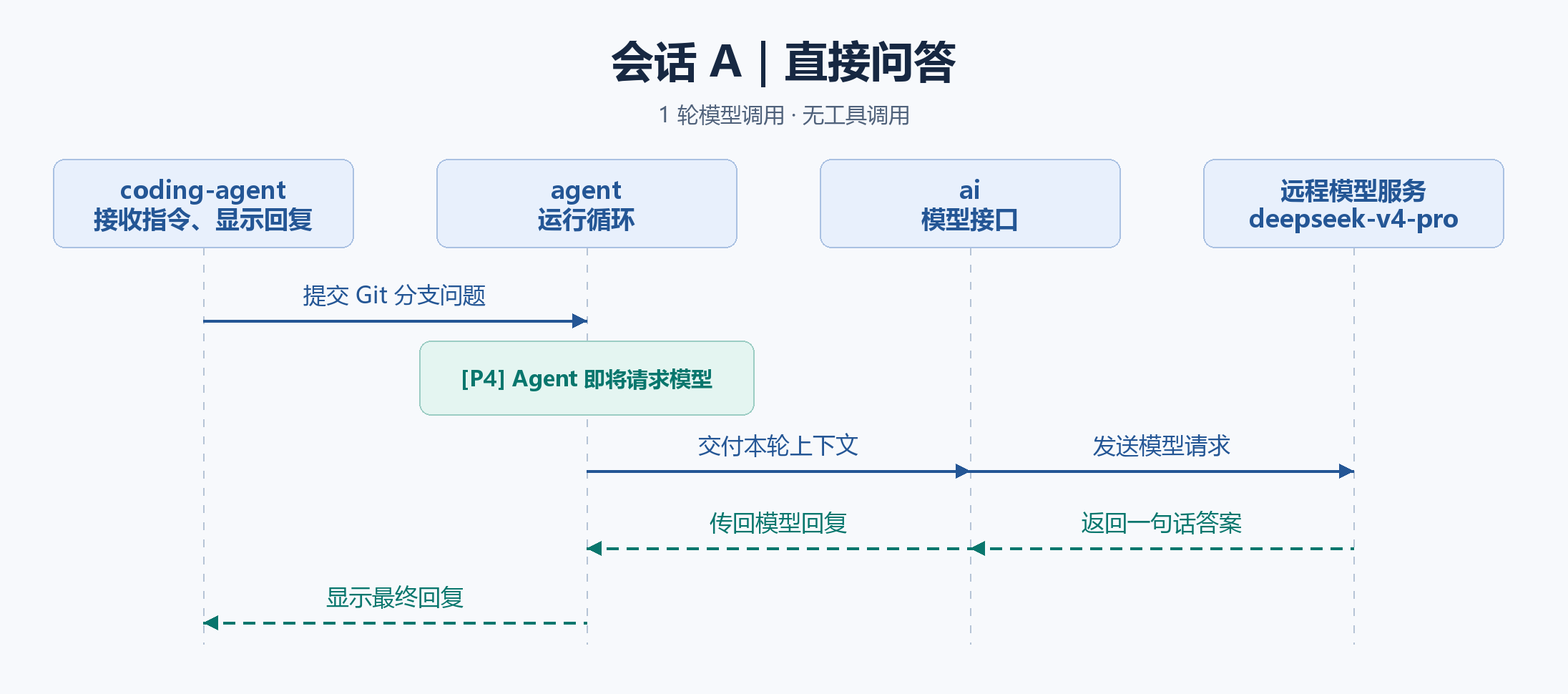
The draw.io diagram images/session-a.png in dx0110/04-Pi-Agent-run, before a commit. Source tidied: cells renumbered, new cells last; positions are measured from the earlier drawing's top-left corner, leaving out a move shared by most shapes. The source it was exported from:
```xml
<mxGraphModel background="#F7F9FC">
  <root>
    <mxCell id="0" />
    <mxCell id="1" parent="0" />
    <mxCell id="2" value="会话 A｜直接问答" style="fontFamily=Microsoft YaHei;fontSize=30;fontColor=#172842;fontStyle=1;whiteSpace=wrap;html=0;align=center;verticalAlign=middle;fillColor=none;strokeColor=none;rounded=0;arcSize=16;" parent="1" vertex="1">
      <mxGeometry width="1096" height="43" as="geometry" />
    </mxCell>
    <mxCell id="3" value="1 轮模型调用 · 无工具调用" style="fontFamily=Microsoft YaHei;fontSize=15;fontColor=#50627B;fontStyle=0;whiteSpace=wrap;html=0;align=center;verticalAlign=middle;fillColor=none;strokeColor=none;rounded=0;arcSize=16;" parent="1" vertex="1">
      <mxGeometry y="45" width="1096" height="29" as="geometry" />
    </mxCell>
    <mxCell id="4" style="edgeStyle=none;strokeColor=#B6C4D6;strokeWidth=1;endArrow=none;endFill=1;dashed=1;" parent="1" edge="1">
      <mxGeometry relative="1" as="geometry">
        <mxPoint x="142" y="153" as="sourcePoint" />
        <mxPoint x="142" y="430" as="targetPoint" />
      </mxGeometry>
    </mxCell>
    <mxCell id="5" value="coding-agent&#10;接收指令、显示回复" style="fontFamily=Microsoft YaHei;fontSize=17;fontColor=#245695;fontStyle=1;whiteSpace=wrap;html=0;align=center;verticalAlign=middle;fillColor=#E8F0FC;strokeColor=#AAC1E2;rounded=1;arcSize=16;" parent="1" vertex="1">
      <mxGeometry x="37" y="91" width="210" height="62" as="geometry" />
    </mxCell>
    <mxCell id="6" style="edgeStyle=none;strokeColor=#B6C4D6;strokeWidth=1;endArrow=none;endFill=1;dashed=1;" parent="1" edge="1">
      <mxGeometry relative="1" as="geometry">
        <mxPoint x="410" y="153" as="sourcePoint" />
        <mxPoint x="410" y="430" as="targetPoint" />
      </mxGeometry>
    </mxCell>
    <mxCell id="7" value="agent&#10;运行循环" style="fontFamily=Microsoft YaHei;fontSize=17;fontColor=#245695;fontStyle=1;whiteSpace=wrap;html=0;align=center;verticalAlign=middle;fillColor=#E8F0FC;strokeColor=#AAC1E2;rounded=1;arcSize=16;" parent="1" vertex="1">
      <mxGeometry x="305" y="91" width="210" height="62" as="geometry" />
    </mxCell>
    <mxCell id="8" style="edgeStyle=none;strokeColor=#B6C4D6;strokeWidth=1;endArrow=none;endFill=1;dashed=1;" parent="1" edge="1">
      <mxGeometry relative="1" as="geometry">
        <mxPoint x="678" y="153" as="sourcePoint" />
        <mxPoint x="678" y="430" as="targetPoint" />
      </mxGeometry>
    </mxCell>
    <mxCell id="9" value="ai&#10;模型接口" style="fontFamily=Microsoft YaHei;fontSize=17;fontColor=#245695;fontStyle=1;whiteSpace=wrap;html=0;align=center;verticalAlign=middle;fillColor=#E8F0FC;strokeColor=#AAC1E2;rounded=1;arcSize=16;" parent="1" vertex="1">
      <mxGeometry x="573" y="91" width="210" height="62" as="geometry" />
    </mxCell>
    <mxCell id="10" style="edgeStyle=none;strokeColor=#B6C4D6;strokeWidth=1;endArrow=none;endFill=1;dashed=1;" parent="1" edge="1">
      <mxGeometry relative="1" as="geometry">
        <mxPoint x="946" y="153" as="sourcePoint" />
        <mxPoint x="946" y="430" as="targetPoint" />
      </mxGeometry>
    </mxCell>
    <mxCell id="11" value="远程模型服务&#10;deepseek-v4-pro" style="fontFamily=Microsoft YaHei;fontSize=17;fontColor=#245695;fontStyle=1;whiteSpace=wrap;html=0;align=center;verticalAlign=middle;fillColor=#E8F0FC;strokeColor=#AAC1E2;rounded=1;arcSize=16;" parent="1" vertex="1">
      <mxGeometry x="841" y="91" width="210" height="62" as="geometry" />
    </mxCell>
    <mxCell id="12" style="edgeStyle=none;strokeColor=#245695;strokeWidth=2;endArrow=block;endFill=1;dashed=0;" parent="1" edge="1">
      <mxGeometry relative="1" as="geometry">
        <mxPoint x="142" y="204" as="sourcePoint" />
        <mxPoint x="410" y="204" as="targetPoint" />
      </mxGeometry>
    </mxCell>
    <mxCell id="13" value="提交 Git 分支问题" style="fontFamily=Microsoft YaHei;fontSize=16;fontColor=#245695;fontStyle=0;whiteSpace=wrap;html=0;align=center;verticalAlign=middle;fillColor=none;strokeColor=none;rounded=0;arcSize=16;" parent="1" vertex="1">
      <mxGeometry x="146" y="173" width="260" height="25" as="geometry" />
    </mxCell>
    <mxCell id="14" value="[P4] Agent 即将请求模型" style="fontFamily=Microsoft YaHei;fontSize=15;fontColor=#08766D;fontStyle=1;whiteSpace=wrap;html=0;align=center;verticalAlign=middle;fillColor=#E4F5F1;strokeColor=#9CCDC4;rounded=1;arcSize=16;" parent="1" vertex="1">
      <mxGeometry x="293" y="218" width="234" height="52" as="geometry" />
    </mxCell>
    <mxCell id="15" style="edgeStyle=none;strokeColor=#245695;strokeWidth=2;endArrow=block;endFill=1;dashed=0;" parent="1" edge="1">
      <mxGeometry relative="1" as="geometry">
        <mxPoint x="410" y="309" as="sourcePoint" />
        <mxPoint x="678" y="309" as="targetPoint" />
      </mxGeometry>
    </mxCell>
    <mxCell id="16" value="交付本轮上下文" style="fontFamily=Microsoft YaHei;fontSize=16;fontColor=#245695;fontStyle=0;whiteSpace=wrap;html=0;align=center;verticalAlign=middle;fillColor=none;strokeColor=none;rounded=0;arcSize=16;" parent="1" vertex="1">
      <mxGeometry x="414" y="278" width="260" height="25" as="geometry" />
    </mxCell>
    <mxCell id="17" style="edgeStyle=none;strokeColor=#245695;strokeWidth=2;endArrow=block;endFill=1;dashed=0;" parent="1" edge="1">
      <mxGeometry relative="1" as="geometry">
        <mxPoint x="678" y="309" as="sourcePoint" />
        <mxPoint x="946" y="309" as="targetPoint" />
      </mxGeometry>
    </mxCell>
    <mxCell id="18" value="发送模型请求" style="fontFamily=Microsoft YaHei;fontSize=16;fontColor=#245695;fontStyle=0;whiteSpace=wrap;html=0;align=center;verticalAlign=middle;fillColor=none;strokeColor=none;rounded=0;arcSize=16;" parent="1" vertex="1">
      <mxGeometry x="682" y="278" width="260" height="25" as="geometry" />
    </mxCell>
    <mxCell id="19" style="edgeStyle=none;strokeColor=#08766D;strokeWidth=2;endArrow=block;endFill=1;dashed=1;" parent="1" edge="1">
      <mxGeometry relative="1" as="geometry">
        <mxPoint x="946" y="363" as="sourcePoint" />
        <mxPoint x="678" y="363" as="targetPoint" />
      </mxGeometry>
    </mxCell>
    <mxCell id="20" value="返回一句话答案" style="fontFamily=Microsoft YaHei;fontSize=16;fontColor=#08766D;fontStyle=0;whiteSpace=wrap;html=0;align=center;verticalAlign=middle;fillColor=none;strokeColor=none;rounded=0;arcSize=16;" parent="1" vertex="1">
      <mxGeometry x="682" y="332" width="260" height="25" as="geometry" />
    </mxCell>
    <mxCell id="21" style="edgeStyle=none;strokeColor=#08766D;strokeWidth=2;endArrow=block;endFill=1;dashed=1;" parent="1" edge="1">
      <mxGeometry relative="1" as="geometry">
        <mxPoint x="678" y="363" as="sourcePoint" />
        <mxPoint x="410" y="363" as="targetPoint" />
      </mxGeometry>
    </mxCell>
    <mxCell id="22" value="传回模型回复" style="fontFamily=Microsoft YaHei;fontSize=16;fontColor=#08766D;fontStyle=0;whiteSpace=wrap;html=0;align=center;verticalAlign=middle;fillColor=none;strokeColor=none;rounded=0;arcSize=16;" parent="1" vertex="1">
      <mxGeometry x="414" y="332" width="260" height="25" as="geometry" />
    </mxCell>
    <mxCell id="23" style="edgeStyle=none;strokeColor=#08766D;strokeWidth=2;endArrow=block;endFill=1;dashed=1;" parent="1" edge="1">
      <mxGeometry relative="1" as="geometry">
        <mxPoint x="410" y="415" as="sourcePoint" />
        <mxPoint x="142" y="415" as="targetPoint" />
      </mxGeometry>
    </mxCell>
    <mxCell id="24" value="显示最终回复" style="fontFamily=Microsoft YaHei;fontSize=16;fontColor=#08766D;fontStyle=0;whiteSpace=wrap;html=0;align=center;verticalAlign=middle;fillColor=none;strokeColor=none;rounded=0;arcSize=16;" parent="1" vertex="1">
      <mxGeometry x="146" y="384" width="260" height="25" as="geometry" />
    </mxCell>
  </root>
</mxGraphModel>
```
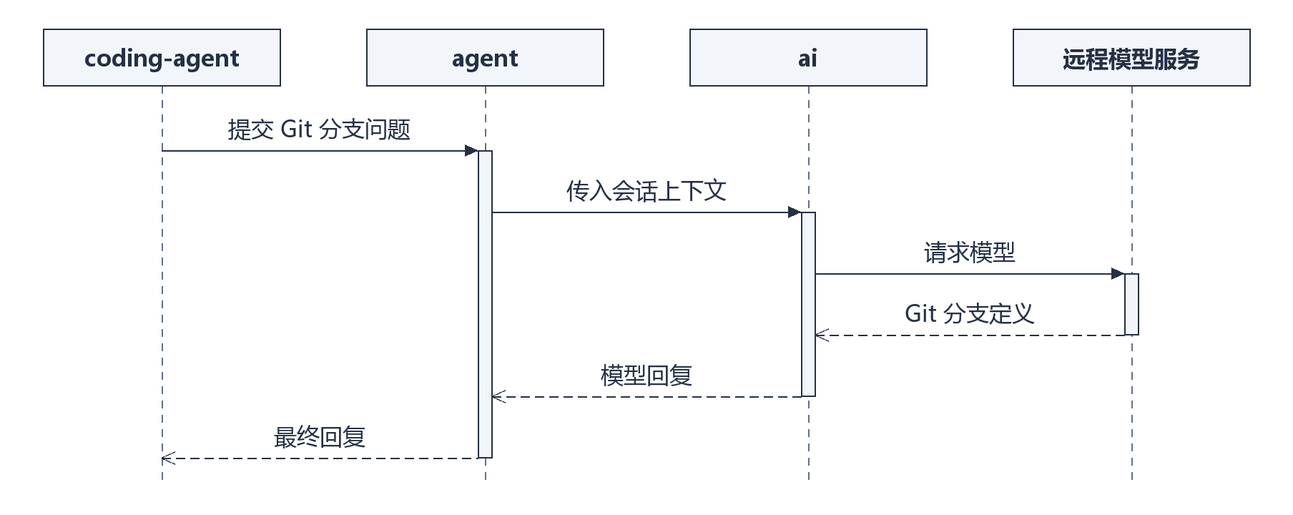
The same file after the commit.

Commit message:
docs: 精简实践课 4 会话时序图

Diff of the diagram source:
```diff
@@ -1,105 +1,105 @@
-<mxGraphModel background="#F7F9FC">
+<mxGraphModel background="#FFFFFF">
   <root>
     <mxCell id="0" />
     <mxCell id="1" parent="0" />
-    <mxCell id="2" value="会话 A｜直接问答" style="fontFamily=Microsoft YaHei;fontSize=30;fontColor=#172842;fontStyle=1;whiteSpace=wrap;html=0;align=center;verticalAlign=middle;fillColor=none;strokeColor=none;rounded=0;arcSize=16;" parent="1" vertex="1">
-      <mxGeometry width="1096" height="43" as="geometry" />
+    <mxCell id="2" style="edgeStyle=none;strokeColor=#627086;endArrow=none;endFill=1;dashed=1;" parent="1" edge="1">
+      <mxGeometry relative="1" as="geometry">
+        <mxPoint x="113" y="40" as="sourcePoint" />
+        <mxPoint x="113" y="320" as="targetPoint" />
+      </mxGeometry>
     </mxCell>
-    <mxCell id="3" value="1 轮模型调用 · 无工具调用" style="fontFamily=Microsoft YaHei;fontSize=15;fontColor=#50627B;fontStyle=0;whiteSpace=wrap;html=0;align=center;verticalAlign=middle;fillColor=none;strokeColor=none;rounded=0;arcSize=16;" parent="1" vertex="1">
-      <mxGeometry y="45" width="1096" height="29" as="geometry" />
+    <mxCell id="3" value="coding-agent" style="shape=rectangle;rounded=0;html=0;align=center;verticalAlign=middle;fontFamily=Microsoft YaHei;fontSize=16;fontStyle=1;fontColor=#243044;fillColor=#F2F5FA;strokeColor=#243044;" parent="1" vertex="1">
+      <mxGeometry x="30" width="166" height="40" as="geometry" />
     </mxCell>
-    <mxCell id="4" style="edgeStyle=none;strokeColor=#B6C4D6;strokeWidth=1;endArrow=none;endFill=1;dashed=1;" parent="1" edge="1">
+    <mxCell id="4" style="edgeStyle=none;strokeColor=#627086;endArrow=none;endFill=1;dashed=1;" parent="1" edge="1">
       <mxGeometry relative="1" as="geometry">
-        <mxPoint x="142" y="153" as="sourcePoint" />
-        <mxPoint x="142" y="430" as="targetPoint" />
+        <mxPoint x="339" y="40" as="sourcePoint" />
+        <mxPoint x="339" y="320" as="targetPoint" />
       </mxGeometry>
     </mxCell>
-    <mxCell id="5" value="coding-agent&#10;接收指令、显示回复" style="fontFamily=Microsoft YaHei;fontSize=17;fontColor=#245695;fontStyle=1;whiteSpace=wrap;html=0;align=center;verticalAlign=middle;fillColor=#E8F0FC;strokeColor=#AAC1E2;rounded=1;arcSize=16;" parent="1" vertex="1">
-      <mxGeometry x="37" y="91" width="210" height="62" as="geometry" />
+    <mxCell id="5" value="agent" style="shape=rectangle;rounded=0;html=0;align=center;verticalAlign=middle;fontFamily=Microsoft YaHei;fontSize=16;fontStyle=1;fontColor=#243044;fillColor=#F2F5FA;strokeColor=#243044;" parent="1" vertex="1">
+      <mxGeometry x="256" width="166" height="40" as="geometry" />
     </mxCell>
-    <mxCell id="6" style="edgeStyle=none;strokeColor=#B6C4D6;strokeWidth=1;endArrow=none;endFill=1;dashed=1;" parent="1" edge="1">
+    <mxCell id="6" style="edgeStyle=none;strokeColor=#627086;endArrow=none;endFill=1;dashed=1;" parent="1" edge="1">
       <mxGeometry relative="1" as="geometry">
-        <mxPoint x="410" y="153" as="sourcePoint" />
-        <mxPoint x="410" y="430" as="targetPoint" />
+        <mxPoint x="565" y="40" as="sourcePoint" />
+        <mxPoint x="565" y="320" as="targetPoint" />
       </mxGeometry>
     </mxCell>
-    <mxCell id="7" value="agent&#10;运行循环" style="fontFamily=Microsoft YaHei;fontSize=17;fontColor=#245695;fontStyle=1;whiteSpace=wrap;html=0;align=center;verticalAlign=middle;fillColor=#E8F0FC;strokeColor=#AAC1E2;rounded=1;arcSize=16;" parent="1" vertex="1">
-      <mxGeometry x="305" y="91" width="210" height="62" as="geometry" />
+    <mxCell id="7" value="ai" style="shape=rectangle;rounded=0;html=0;align=center;verticalAlign=middle;fontFamily=Microsoft YaHei;fontSize=16;fontStyle=1;fontColor=#243044;fillColor=#F2F5FA;strokeColor=#243044;" parent="1" vertex="1">
+      <mxGeometry x="482" width="166" height="40" as="geometry" />
     </mxCell>
-    <mxCell id="8" style="edgeStyle=none;strokeColor=#B6C4D6;strokeWidth=1;endArrow=none;endFill=1;dashed=1;" parent="1" edge="1">
+    <mxCell id="8" style="edgeStyle=none;strokeColor=#627086;endArrow=none;endFill=1;dashed=1;" parent="1" edge="1">
       <mxGeometry relative="1" as="geometry">
-        <mxPoint x="678" y="153" as="sourcePoint" />
-        <mxPoint x="678" y="430" as="targetPoint" />
+        <mxPoint x="791" y="40" as="sourcePoint" />
+        <mxPoint x="791" y="320" as="targetPoint" />
       </mxGeometry>
     </mxCell>
-    <mxCell id="9" value="ai&#10;模型接口" style="fontFamily=Microsoft YaHei;fontSize=17;fontColor=#245695;fontStyle=1;whiteSpace=wrap;html=0;align=center;verticalAlign=middle;fillColor=#E8F0FC;strokeColor=#AAC1E2;rounded=1;arcSize=16;" parent="1" vertex="1">
-      <mxGeometry x="573" y="91" width="210" height="62" as="geometry" />
+    <mxCell id="9" value="远程模型服务" style="shape=rectangle;rounded=0;html=0;align=center;verticalAlign=middle;fontFamily=Microsoft YaHei;fontSize=16;fontStyle=1;fontColor=#243044;fillColor=#F2F5FA;strokeColor=#243044;" parent="1" vertex="1">
+      <mxGeometry x="708" width="166" height="40" as="geometry" />
     </mxCell>
-    <mxCell id="10" style="edgeStyle=none;strokeColor=#B6C4D6;strokeWidth=1;endArrow=none;endFill=1;dashed=1;" parent="1" edge="1">
-      <mxGeometry relative="1" as="geometry">
-        <mxPoint x="946" y="153" as="sourcePoint" />
-        <mxPoint x="946" y="430" as="targetPoint" />
-      </mxGeometry>
+    <mxCell id="10" style="shape=rectangle;rounded=0;html=0;align=center;verticalAlign=middle;fontFamily=Microsoft YaHei;fontSize=16;fontStyle=0;fontColor=#243044;fillColor=#F2F5FA;strokeColor=#243044;" parent="1" vertex="1">
+      <mxGeometry x="334" y="85" width="10" height="215" as="geometry" />
     </mxCell>
-    <mxCell id="11" value="远程模型服务&#10;deepseek-v4-pro" style="fontFamily=Microsoft YaHei;fontSize=17;fontColor=#245695;fontStyle=1;whiteSpace=wrap;html=0;align=center;verticalAlign=middle;fillColor=#E8F0FC;strokeColor=#AAC1E2;rounded=1;arcSize=16;" parent="1" vertex="1">
-      <mxGeometry x="841" y="91" width="210" height="62" as="geometry" />
+    <mxCell id="11" style="shape=rectangle;rounded=0;html=0;align=center;verticalAlign=middle;fontFamily=Microsoft YaHei;fontSize=16;fontStyle=0;fontColor=#243044;fillColor=#F2F5FA;strokeColor=#243044;" parent="1" vertex="1">
+      <mxGeometry x="560" y="128" width="10" height="129" as="geometry" />
     </mxCell>
-    <mxCell id="12" style="edgeStyle=none;strokeColor=#245695;strokeWidth=2;endArrow=block;endFill=1;dashed=0;" parent="1" edge="1">
-      <mxGeometry relative="1" as="geometry">
-        <mxPoint x="142" y="204" as="sourcePoint" />
-        <mxPoint x="410" y="204" as="targetPoint" />
-      </mxGeometry>
+    <mxCell id="12" style="shape=rectangle;rounded=0;html=0;align=center;verticalAlign=middle;fontFamily=Microsoft YaHei;fontSize=16;fontStyle=0;fontColor=#243044;fillColor=#F2F5FA;strokeColor=#243044;" parent="1" vertex="1">
+      <mxGeometry x="786" y="171" width="10" height="43" as="geometry" />
     </mxCell>
-    <mxCell id="13" value="提交 Git 分支问题" style="fontFamily=Microsoft YaHei;fontSize=16;fontColor=#245695;fontStyle=0;whiteSpace=wrap;html=0;align=center;verticalAlign=middle;fillColor=none;strokeColor=none;rounded=0;arcSize=16;" parent="1" vertex="1">
-      <mxGeometry x="146" y="173" width="260" height="25" as="geometry" />
+    <mxCell id="13" style="edgeStyle=none;strokeColor=#243044;endArrow=block;endFill=1;dashed=0;" parent="1" edge="1">
+      <mxGeometry relative="1" as="geometry">
+        <mxPoint x="113" y="85" as="sourcePoint" />
+        <mxPoint x="334" y="85" as="targetPoint" />
+      </mxGeometry>
     </mxCell>
-    <mxCell id="14" value="[P4] Agent 即将请求模型" style="fontFamily=Microsoft YaHei;fontSize=15;fontColor=#08766D;fontStyle=1;whiteSpace=wrap;html=0;align=center;verticalAlign=middle;fillColor=#E4F5F1;strokeColor=#9CCDC4;rounded=1;arcSize=16;" parent="1" vertex="1">
-      <mxGeometry x="293" y="218" width="234" height="52" as="geometry" />
+    <mxCell id="14" value="提交 Git 分支问题" style="shape=rectangle;rounded=0;html=0;align=center;verticalAlign=middle;fontFamily=Microsoft YaHei;fontSize=16;fontStyle=0;fontColor=#243044;fillColor=none;strokeColor=none;" parent="1" vertex="1">
+      <mxGeometry x="117" y="59" width="213" height="21" as="geometry" />
     </mxCell>
-    <mxCell id="15" style="edgeStyle=none;strokeColor=#245695;strokeWidth=2;endArrow=block;endFill=1;dashed=0;" parent="1" edge="1">
+    <mxCell id="15" style="edgeStyle=none;strokeColor=#243044;endArrow=block;endFill=1;dashed=0;" parent="1" edge="1">
       <mxGeometry relative="1" as="geometry">
-        <mxPoint x="410" y="309" as="sourcePoint" />
-        <mxPoint x="678" y="309" as="targetPoint" />
+        <mxPoint x="344" y="128" as="sourcePoint" />
+        <mxPoint x="560" y="128" as="targetPoint" />
       </mxGeometry>
     </mxCell>
-    <mxCell id="16" value="交付本轮上下文" style="fontFamily=Microsoft YaHei;fontSize=16;fontColor=#245695;fontStyle=0;whiteSpace=wrap;html=0;align=center;verticalAlign=middle;fillColor=none;strokeColor=none;rounded=0;arcSize=16;" parent="1" vertex="1">
-      <mxGeometry x="414" y="278" width="260" height="25" as="geometry" />
+    <mxCell id="16" value="传入会话上下文" style="shape=rectangle;rounded=0;html=0;align=center;verticalAlign=middle;fontFamily=Microsoft YaHei;fontSize=16;fontStyle=0;fontColor=#243044;fillColor=none;strokeColor=none;" parent="1" vertex="1">
+      <mxGeometry x="348" y="102" width="208" height="21" as="geometry" />
     </mxCell>
-    <mxCell id="17" style="edgeStyle=none;strokeColor=#245695;strokeWidth=2;endArrow=block;endFill=1;dashed=0;" parent="1" edge="1">
+    <mxCell id="17" style="edgeStyle=none;strokeColor=#243044;endArrow=block;endFill=1;dashed=0;" parent="1" edge="1">
       <mxGeometry relative="1" as="geometry">
-        <mxPoint x="678" y="309" as="sourcePoint" />
-        <mxPoint x="946" y="309" as="targetPoint" />
+        <mxPoint x="570" y="171" as="sourcePoint" />
+        <mxPoint x="786" y="171" as="targetPoint" />
       </mxGeometry>
     </mxCell>
-    <mxCell id="18" value="发送模型请求" style="fontFamily=Microsoft YaHei;fontSize=16;fontColor=#245695;fontStyle=0;whiteSpace=wrap;html=0;align=center;verticalAlign=middle;fillColor=none;strokeColor=none;rounded=0;arcSize=16;" parent="1" vertex="1">
-      <mxGeometry x="682" y="278" width="260" height="25" as="geometry" />
+    <mxCell id="18" value="请求模型" style="shape=rectangle;rounded=0;html=0;align=center;verticalAlign=middle;fontFamily=Microsoft YaHei;fontSize=16;fontStyle=0;fontColor=#243044;fillColor=none;strokeColor=none;" parent="1" vertex="1">
+      <mxGeometry x="574" y="145" width="208" height="21" as="geometry" />
     </mxCell>
-    <mxCell id="19" style="edgeStyle=none;strokeColor=#08766D;strokeWidth=2;endArrow=block;endFill=1;dashed=1;" parent="1" edge="1">
+    <mxCell id="19" style="edgeStyle=none;strokeColor=#243044;endArrow=open;endFill=0;dashed=1;" parent="1" edge="1">
       <mxGeometry relative="1" as="geometry">
-        <mxPoint x="946" y="363" as="sourcePoint" />
-        <mxPoint x="678" y="363" as="targetPoint" />
+        <mxPoint x="786" y="214" as="sourcePoint" />
+        <mxPoint x="570" y="214" as="targetPoint" />
       </mxGeometry>
     </mxCell>
-    <mxCell id="20" value="返回一句话答案" style="fontFamily=Microsoft YaHei;fontSize=16;fontColor=#08766D;fontStyle=0;whiteSpace=wrap;html=0;align=center;verticalAlign=middle;fillColor=none;strokeColor=none;rounded=0;arcSize=16;" parent="1" vertex="1">
-      <mxGeometry x="682" y="332" width="260" height="25" as="geometry" />
+    <mxCell id="20" value="Git 分支定义" style="shape=rectangle;rounded=0;html=0;align=center;verticalAlign=middle;fontFamily=Microsoft YaHei;fontSize=16;fontStyle=0;fontColor=#243044;fillColor=none;strokeColor=none;" parent="1" vertex="1">
+      <mxGeometry x="574" y="188" width="208" height="21" as="geometry" />
     </mxCell>
-    <mxCell id="21" style="edgeStyle=none;strokeColor=#08766D;strokeWidth=2;endArrow=block;endFill=1;dashed=1;" parent="1" edge="1">
+    <mxCell id="21" style="edgeStyle=none;strokeColor=#243044;endArrow=open;endFill=0;dashed=1;" parent="1" edge="1">
       <mxGeometry relative="1" as="geometry">
-        <mxPoint x="678" y="363" as="sourcePoint" />
-        <mxPoint x="410" y="363" as="targetPoint" />
+        <mxPoint x="560" y="257" as="sourcePoint" />
+        <mxPoint x="344" y="257" as="targetPoint" />
       </mxGeometry>
     </mxCell>
-    <mxCell id="22" value="传回模型回复" style="fontFamily=Microsoft YaHei;fontSize=16;fontColor=#08766D;fontStyle=0;whiteSpace=wrap;html=0;align=center;verticalAlign=middle;fillColor=none;strokeColor=none;rounded=0;arcSize=16;" parent="1" vertex="1">
-      <mxGeometry x="414" y="332" width="260" height="25" as="geometry" />
+    <mxCell id="22" value="模型回复" style="shape=rectangle;rounded=0;html=0;align=center;verticalAlign=middle;fontFamily=Microsoft YaHei;fontSize=16;fontStyle=0;fontColor=#243044;fillColor=none;strokeColor=none;" parent="1" vertex="1">
+      <mxGeometry x="348" y="231" width="208" height="21" as="geometry" />
     </mxCell>
-    <mxCell id="23" style="edgeStyle=none;strokeColor=#08766D;strokeWidth=2;endArrow=block;endFill=1;dashed=1;" parent="1" edge="1">
+    <mxCell id="23" style="edgeStyle=none;strokeColor=#243044;endArrow=open;endFill=0;dashed=1;" parent="1" edge="1">
       <mxGeometry relative="1" as="geometry">
-        <mxPoint x="410" y="415" as="sourcePoint" />
-        <mxPoint x="142" y="415" as="targetPoint" />
+        <mxPoint x="334" y="300" as="sourcePoint" />
+        <mxPoint x="113" y="300" as="targetPoint" />
       </mxGeometry>
     </mxCell>
-    <mxCell id="24" value="显示最终回复" style="fontFamily=Microsoft YaHei;fontSize=16;fontColor=#08766D;fontStyle=0;whiteSpace=wrap;html=0;align=center;verticalAlign=middle;fillColor=none;strokeColor=none;rounded=0;arcSize=16;" parent="1" vertex="1">
-      <mxGeometry x="146" y="384" width="260" height="25" as="geometry" />
+    <mxCell id="24" value="最终回复" style="shape=rectangle;rounded=0;html=0;align=center;verticalAlign=middle;fontFamily=Microsoft YaHei;fontSize=16;fontStyle=0;fontColor=#243044;fillColor=none;strokeColor=none;" parent="1" vertex="1">
+      <mxGeometry x="117" y="274" width="213" height="21" as="geometry" />
     </mxCell>
   </root>
 </mxGraphModel>
```
